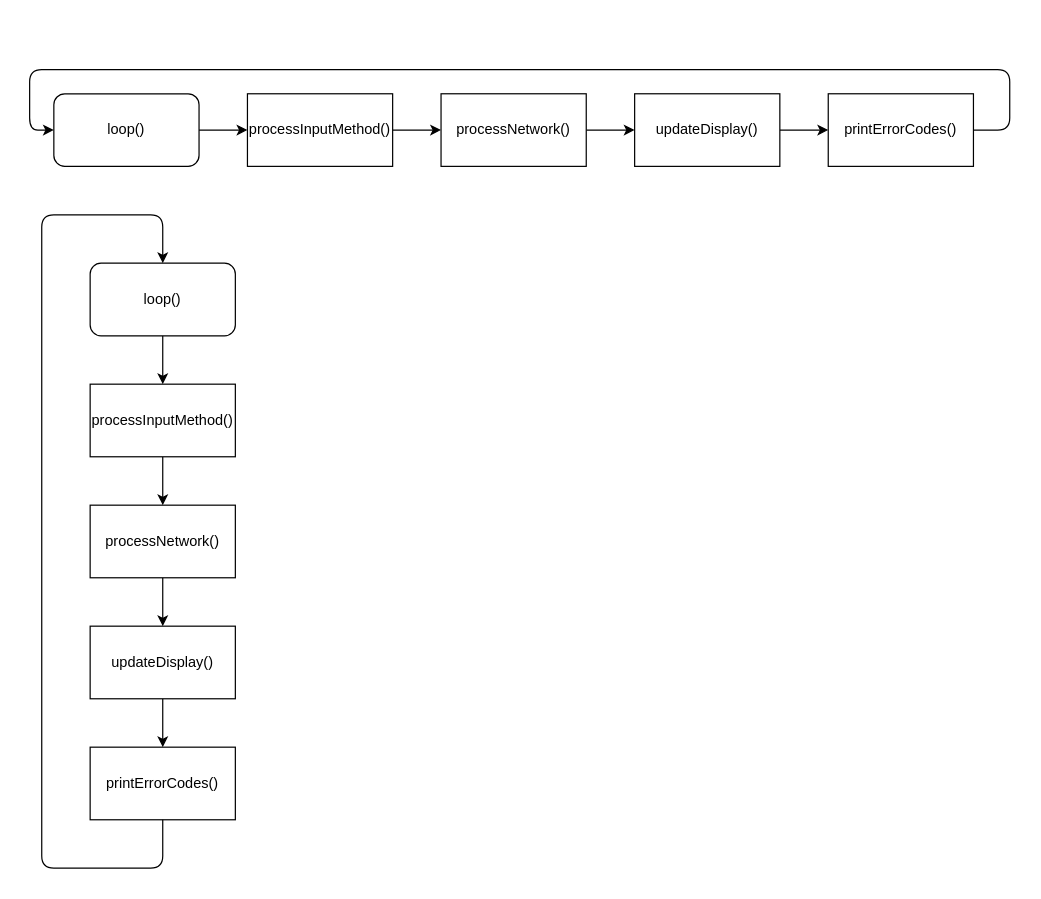
The draw.io diagram page "Loop" (2 of 3) of glEEmail flow.drawio in Matt-and-Gib/gleemail, before the edit. Source tidied: cells renumbered, new cells numbered last; positions are measured from the earlier drawing's top-left corner, leaving out a move shared by most shapes. Both pictures are drawn from the tidied source at 121%, with x=0, y=0 at pixel (29, 69).
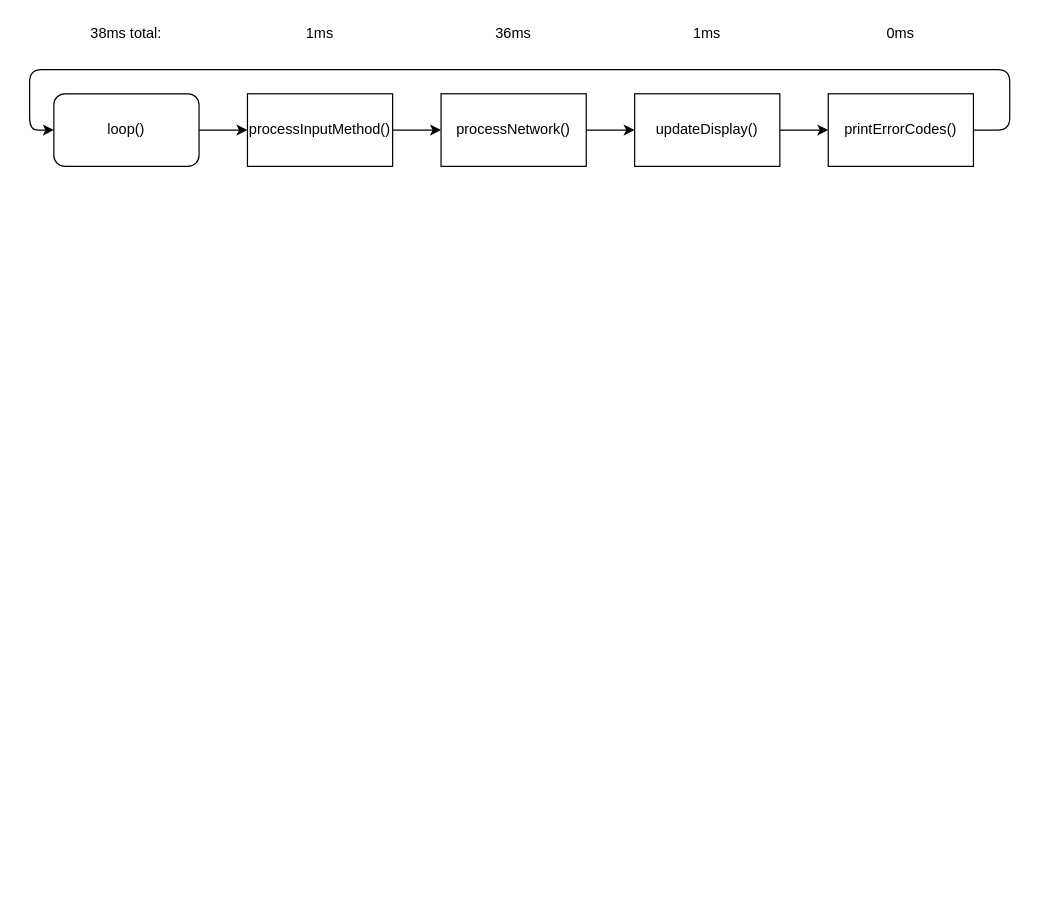
The same page after the edit.

Diff of the diagram source:
```diff
@@
-    <mxCell id="2" style="edgeStyle=orthogonalEdgeStyle;rounded=0;jettySize=auto;html=1;exitX=0.5;exitY=1;exitDx=0;exitDy=0;entryX=0.5;entryY=0;entryDx=0;entryDy=0;" parent="1" edge="1" source="3" target="5">
-      <mxGeometry relative="1" as="geometry" />
-    </mxCell>
-    <mxCell id="3" value="loop()" style="rounded=1;whiteSpace=wrap;html=1;" parent="1" vertex="1">
-      <mxGeometry x="50" y="160" width="120" height="60" as="geometry" />
-    </mxCell>
-    <mxCell id="4" style="edgeStyle=orthogonalEdgeStyle;rounded=0;jettySize=auto;html=1;exitX=0.5;exitY=1;exitDx=0;exitDy=0;entryX=0.5;entryY=0;entryDx=0;entryDy=0;" parent="1" edge="1" source="5" target="7">
-      <mxGeometry relative="1" as="geometry" />
-    </mxCell>
-    <mxCell id="5" value="processInputMethod()" style="rounded=0;whiteSpace=wrap;html=1;" parent="1" vertex="1">
-      <mxGeometry x="50" y="260" width="120" height="60" as="geometry" />
-    </mxCell>
-    <mxCell id="6" style="edgeStyle=orthogonalEdgeStyle;rounded=0;jettySize=auto;html=1;exitX=0.5;exitY=1;exitDx=0;exitDy=0;entryX=0.5;entryY=0;entryDx=0;entryDy=0;" parent="1" edge="1" source="7" target="9">
-      <mxGeometry relative="1" as="geometry" />
-    </mxCell>
-    <mxCell id="7" value="processNetwork()" style="rounded=0;whiteSpace=wrap;html=1;" parent="1" vertex="1">
-      <mxGeometry x="50" y="360" width="120" height="60" as="geometry" />
-    </mxCell>
-    <mxCell id="8" style="edgeStyle=orthogonalEdgeStyle;rounded=0;jettySize=auto;html=1;exitX=0.5;exitY=1;exitDx=0;exitDy=0;entryX=0.5;entryY=0;entryDx=0;entryDy=0;" parent="1" edge="1" source="9" target="10">
-      <mxGeometry relative="1" as="geometry" />
-    </mxCell>
-    <mxCell id="9" value="updateDisplay()" style="rounded=0;whiteSpace=wrap;html=1;" parent="1" vertex="1">
-      <mxGeometry x="50" y="460" width="120" height="60" as="geometry" />
-    </mxCell>
-    <mxCell id="10" value="printErrorCodes()" style="rounded=0;whiteSpace=wrap;html=1;" parent="1" vertex="1">
-      <mxGeometry x="50" y="560" width="120" height="60" as="geometry" />
-    </mxCell>
-    <mxCell id="11" style="endArrow=classic;html=1;exitX=0.5;exitY=1;exitDx=0;exitDy=0;entryX=0.5;entryY=0;entryDx=0;entryDy=0;" parent="1" edge="1" source="10" target="3">
-      <mxGeometry relative="1" as="geometry">
-        <Array as="points">
-          <mxPoint x="110" y="660" />
-          <mxPoint x="10" y="660" />
-          <mxPoint x="10" y="120" />
-          <mxPoint x="110" y="120" />
-        </Array>
-      </mxGeometry>
-    </mxCell>
@@
+    <mxCell id="22" value="1ms" style="text;html=1;strokeColor=none;fillColor=none;align=center;verticalAlign=middle;whiteSpace=wrap;rounded=0;" parent="1" vertex="1">
+      <mxGeometry x="220" y="-40" width="40" height="20" as="geometry" />
+    </mxCell>
+    <mxCell id="23" value="0ms" style="text;html=1;strokeColor=none;fillColor=none;align=center;verticalAlign=middle;whiteSpace=wrap;rounded=0;" parent="1" vertex="1">
+      <mxGeometry x="700" y="-40" width="40" height="20" as="geometry" />
+    </mxCell>
+    <mxCell id="24" value="1ms" style="text;html=1;strokeColor=none;fillColor=none;align=center;verticalAlign=middle;whiteSpace=wrap;rounded=0;" parent="1" vertex="1">
+      <mxGeometry x="540" y="-40" width="40" height="20" as="geometry" />
+    </mxCell>
+    <mxCell id="25" value="36ms" style="text;html=1;strokeColor=none;fillColor=none;align=center;verticalAlign=middle;whiteSpace=wrap;rounded=0;" parent="1" vertex="1">
+      <mxGeometry x="380" y="-40" width="40" height="20" as="geometry" />
+    </mxCell>
+    <mxCell id="26" value="38ms total:" style="text;html=1;strokeColor=none;fillColor=none;align=center;verticalAlign=middle;whiteSpace=wrap;rounded=0;" parent="1" vertex="1">
+      <mxGeometry x="20" y="-40" width="120" height="20" as="geometry" />
+    </mxCell>
```
